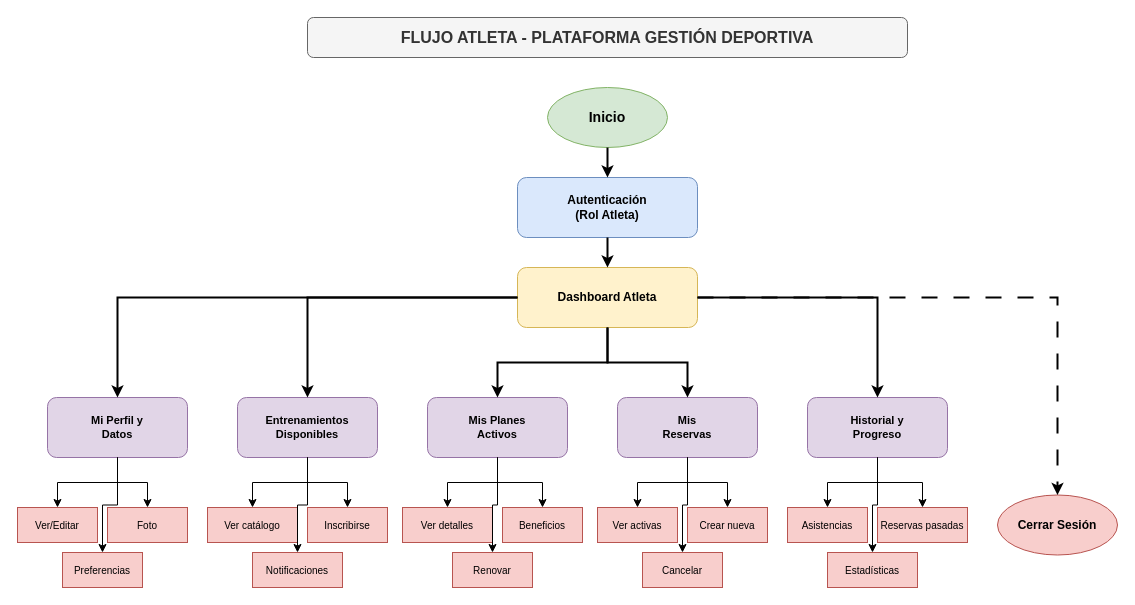
Before: page "3. Flujo Atleta" (3 of 3) of projectspec/diagrams/athlete-jurney.drawio in SergioRojasM/app-sports-manager, a draw.io diagram. Source tidied: cells renumbered, new cells numbered last; positions are measured from the earlier drawing's top-left corner, leaving out a move shared by most shapes. Both pictures are drawn from the tidied source at 100%, with x=0, y=0 at pixel (17, 17).
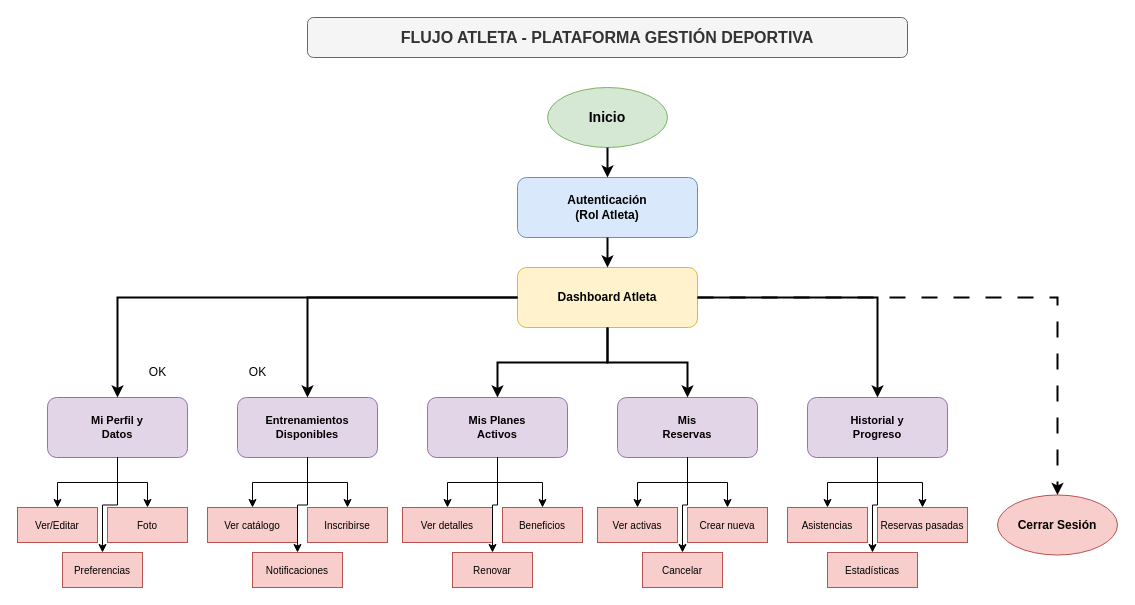
After the change.

What changed in the source:
```diff
@@
+    <mxCell id="50" value="OK" style="text;html=1;align=center;verticalAlign=middle;strokeColor=none;fillColor=none;" parent="1" vertex="1">
+      <mxGeometry x="120" y="340" width="40" height="30" as="geometry" />
+    </mxCell>
+    <mxCell id="51" value="OK" style="text;html=1;align=center;verticalAlign=middle;strokeColor=none;fillColor=none;" parent="1" vertex="1">
+      <mxGeometry x="220" y="340" width="40" height="30" as="geometry" />
+    </mxCell>
```
